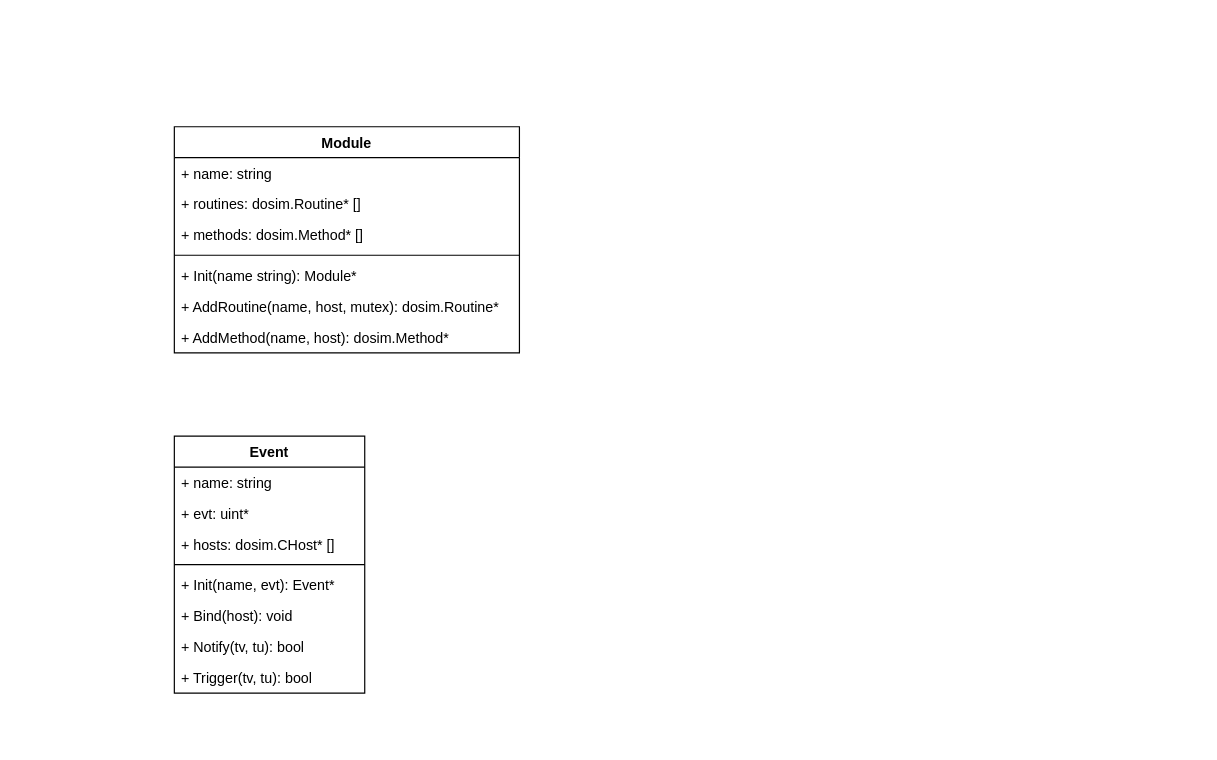
The draw.io diagram scgo.drawio in Dercury/CLDK, before the edit. Source tidied: cells renumbered, new cells numbered last; positions are measured from the earlier drawing's top-left corner, leaving out a move shared by most shapes. Both pictures are drawn from the tidied source at 119%, with x=0, y=0 at pixel (174, 126).
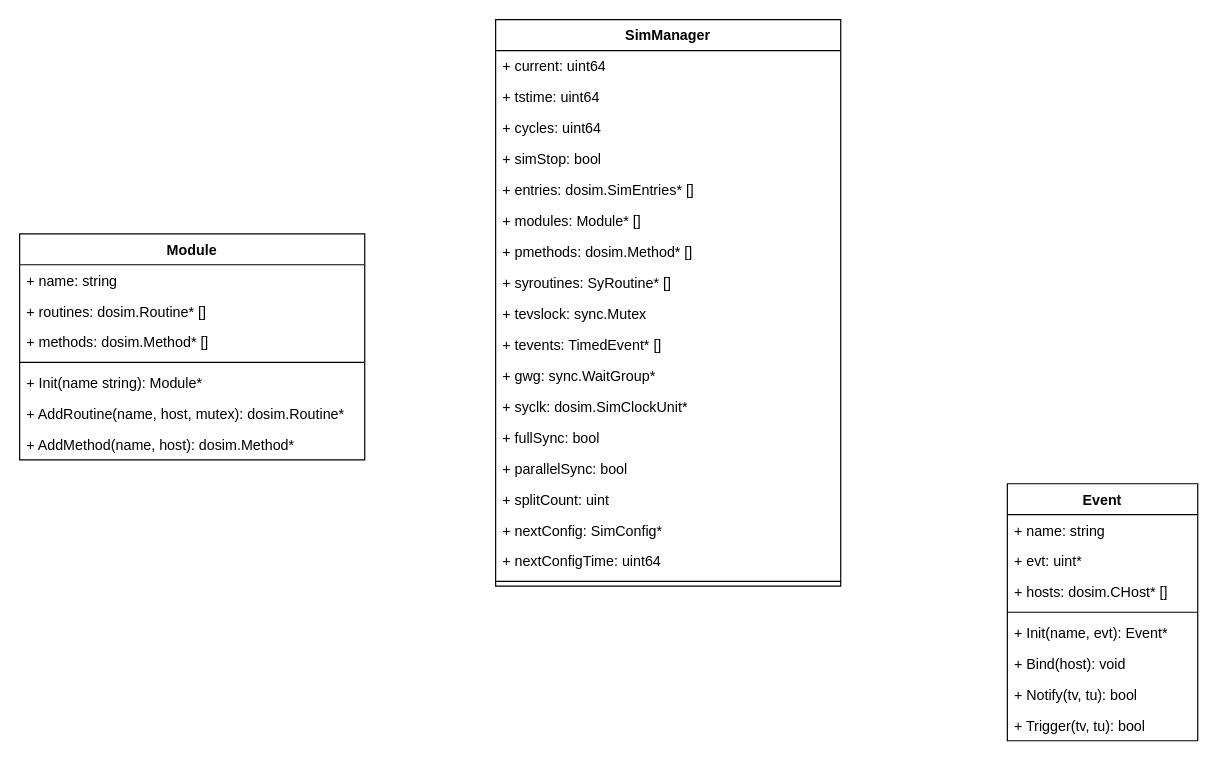
The same diagram, later.

Change to the diagram source:
```diff
@@
     <mxCell id="2" value="Module" style="swimlane;fontStyle=1;align=center;verticalAlign=top;horizontal=1;startSize=26;" parent="1" vertex="1">
-      <mxGeometry width="290" height="190" as="geometry" />
+      <mxGeometry x="-130" y="90" width="290" height="190" as="geometry" />
     </mxCell>
@@
     <mxCell id="10" value="Event" style="swimlane;fontStyle=1;align=center;verticalAlign=top;horizontal=1;startSize=26;" parent="1" vertex="1">
-      <mxGeometry y="260" width="160" height="216" as="geometry" />
+      <mxGeometry x="700" y="300" width="160" height="216" as="geometry" />
     </mxCell>
@@
+    <mxCell id="19" value="SimManager" style="swimlane;fontStyle=1;align=center;verticalAlign=top;horizontal=1;startSize=26;" parent="1" vertex="1">
+      <mxGeometry x="270" y="-90" width="290" height="476" as="geometry" />
+    </mxCell>
+    <mxCell id="20" value="+ current: uint64" style="text;strokeColor=none;fillColor=none;align=left;verticalAlign=top;spacingLeft=4;spacingRight=4;overflow=hidden;" parent="19" vertex="1">
+      <mxGeometry y="26" width="290" height="26" as="geometry" />
+    </mxCell>
+    <mxCell id="21" value="+ tstime: uint64" style="text;strokeColor=none;fillColor=none;align=left;verticalAlign=top;spacingLeft=4;spacingRight=4;overflow=hidden;" parent="19" vertex="1">
+      <mxGeometry y="52" width="290" height="26" as="geometry" />
+    </mxCell>
+    <mxCell id="22" value="+ cycles: uint64" style="text;strokeColor=none;fillColor=none;align=left;verticalAlign=top;spacingLeft=4;spacingRight=4;overflow=hidden;" parent="19" vertex="1">
+      <mxGeometry y="78" width="290" height="26" as="geometry" />
+    </mxCell>
+    <mxCell id="23" value="+ simStop: bool" style="text;strokeColor=none;fillColor=none;align=left;verticalAlign=top;spacingLeft=4;spacingRight=4;overflow=hidden;" parent="19" vertex="1">
+      <mxGeometry y="104" width="290" height="26" as="geometry" />
+    </mxCell>
+    <mxCell id="24" value="+ entries: dosim.SimEntries* []" style="text;strokeColor=none;fillColor=none;align=left;verticalAlign=top;spacingLeft=4;spacingRight=4;overflow=hidden;" parent="19" vertex="1">
+      <mxGeometry y="130" width="290" height="26" as="geometry" />
+    </mxCell>
+    <mxCell id="25" value="+ modules: Module* []" style="text;strokeColor=none;fillColor=none;align=left;verticalAlign=top;spacingLeft=4;spacingRight=4;overflow=hidden;" parent="19" vertex="1">
+      <mxGeometry y="156" width="290" height="26" as="geometry" />
+    </mxCell>
+    <mxCell id="26" value="+ pmethods: dosim.Method* []" style="text;strokeColor=none;fillColor=none;align=left;verticalAlign=top;spacingLeft=4;spacingRight=4;overflow=hidden;" parent="19" vertex="1">
+      <mxGeometry y="182" width="290" height="26" as="geometry" />
+    </mxCell>
+    <mxCell id="27" value="+ syroutines: SyRoutine* []" style="text;strokeColor=none;fillColor=none;align=left;verticalAlign=top;spacingLeft=4;spacingRight=4;overflow=hidden;" parent="19" vertex="1">
+      <mxGeometry y="208" width="290" height="26" as="geometry" />
+    </mxCell>
+    <mxCell id="28" value="+ tevslock: sync.Mutex" style="text;strokeColor=none;fillColor=none;align=left;verticalAlign=top;spacingLeft=4;spacingRight=4;overflow=hidden;" parent="19" vertex="1">
+      <mxGeometry y="234" width="290" height="26" as="geometry" />
+    </mxCell>
+    <mxCell id="29" value="+ tevents: TimedEvent* []" style="text;strokeColor=none;fillColor=none;align=left;verticalAlign=top;spacingLeft=4;spacingRight=4;overflow=hidden;" parent="19" vertex="1">
+      <mxGeometry y="260" width="290" height="26" as="geometry" />
+    </mxCell>
+    <mxCell id="30" value="+ gwg: sync.WaitGroup*" style="text;strokeColor=none;fillColor=none;align=left;verticalAlign=top;spacingLeft=4;spacingRight=4;overflow=hidden;" parent="19" vertex="1">
+      <mxGeometry y="286" width="290" height="26" as="geometry" />
+    </mxCell>
+    <mxCell id="31" value="+ syclk: dosim.SimClockUnit*" style="text;strokeColor=none;fillColor=none;align=left;verticalAlign=top;spacingLeft=4;spacingRight=4;overflow=hidden;" parent="19" vertex="1">
+      <mxGeometry y="312" width="290" height="26" as="geometry" />
+    </mxCell>
+    <mxCell id="32" value="+ fullSync: bool" style="text;strokeColor=none;fillColor=none;align=left;verticalAlign=top;spacingLeft=4;spacingRight=4;overflow=hidden;" parent="19" vertex="1">
+      <mxGeometry y="338" width="290" height="26" as="geometry" />
+    </mxCell>
+    <mxCell id="33" value="+ parallelSync: bool" style="text;strokeColor=none;fillColor=none;align=left;verticalAlign=top;spacingLeft=4;spacingRight=4;overflow=hidden;" parent="19" vertex="1">
+      <mxGeometry y="364" width="290" height="26" as="geometry" />
+    </mxCell>
+    <mxCell id="34" value="+ splitCount: uint" style="text;strokeColor=none;fillColor=none;align=left;verticalAlign=top;spacingLeft=4;spacingRight=4;overflow=hidden;" parent="19" vertex="1">
+      <mxGeometry y="390" width="290" height="26" as="geometry" />
+    </mxCell>
+    <mxCell id="35" value="+ nextConfig: SimConfig*" style="text;strokeColor=none;fillColor=none;align=left;verticalAlign=top;spacingLeft=4;spacingRight=4;overflow=hidden;" parent="19" vertex="1">
+      <mxGeometry y="416" width="290" height="26" as="geometry" />
+    </mxCell>
+    <mxCell id="36" value="+ nextConfigTime: uint64" style="text;strokeColor=none;fillColor=none;align=left;verticalAlign=top;spacingLeft=4;spacingRight=4;overflow=hidden;" parent="19" vertex="1">
+      <mxGeometry y="442" width="290" height="26" as="geometry" />
+    </mxCell>
+    <mxCell id="37" style="line;strokeWidth=1;fillColor=none;align=left;verticalAlign=middle;spacingTop=-1;spacingLeft=3;spacingRight=3;labelPosition=right;" parent="19" vertex="1">
+      <mxGeometry y="468" width="290" height="8" as="geometry" />
+    </mxCell>
```
